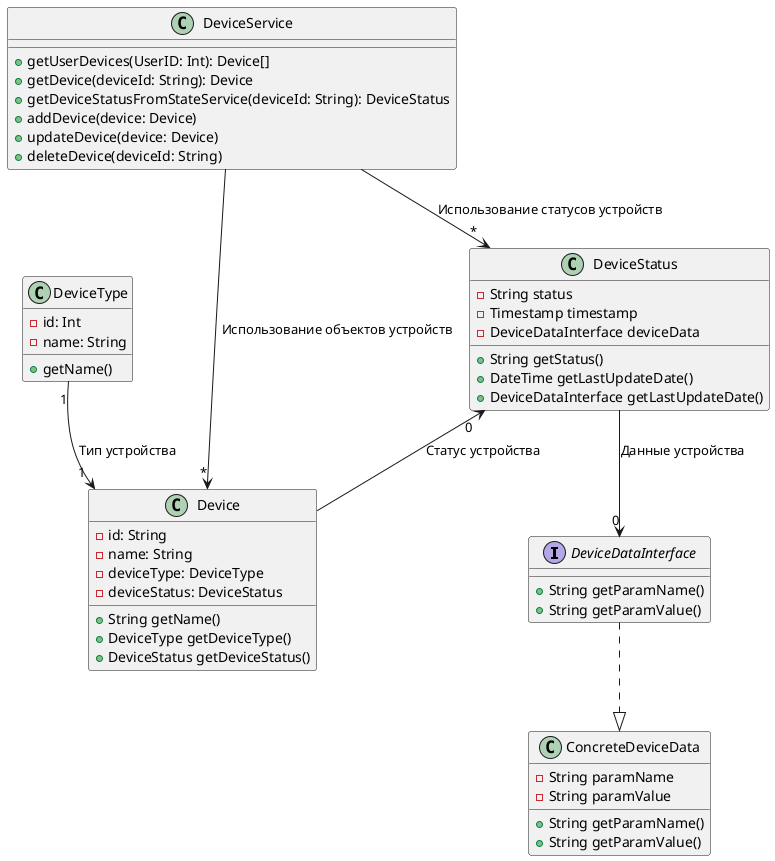
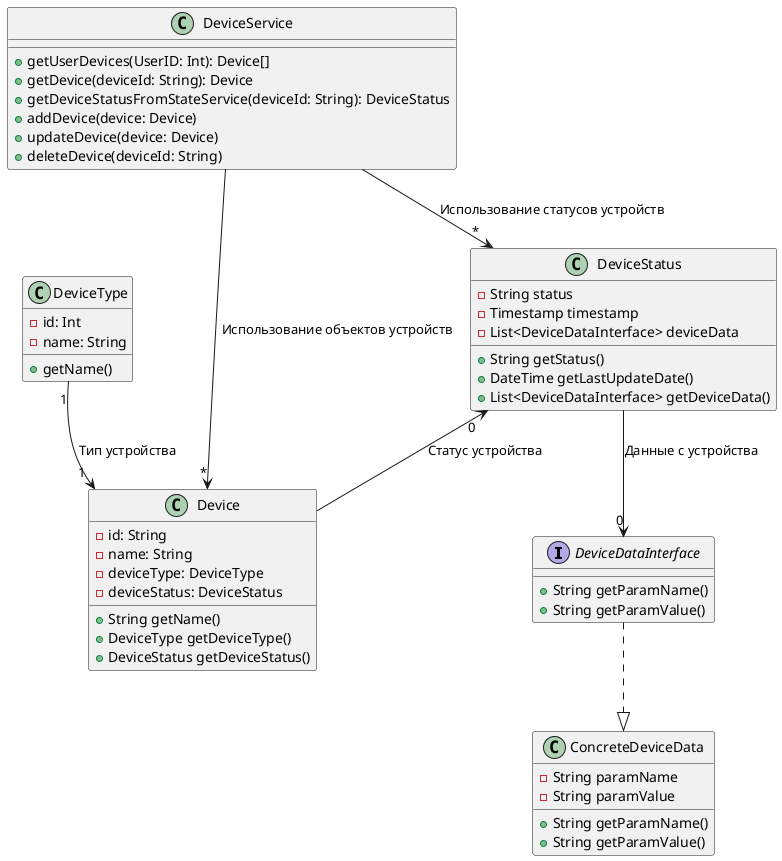
@startuml

interface DeviceDataInterface {
    + String getParamName()
    + String getParamValue()
}
class ConcreteDeviceData {
    - String paramName
    - String paramValue
    + String getParamName()
    + String getParamValue()
}
class DeviceType {
    - id: Int
    - name: String
    + getName()
}
class Device {
    - id: String
    - name: String
    - deviceType: DeviceType
    - deviceStatus: DeviceStatus
    + String getName()
    + DeviceType getDeviceType()
    + DeviceStatus getDeviceStatus()
}

class DeviceStatus {
    - String status
    - Timestamp timestamp
-     - DeviceDataInterface deviceData
+     - List<DeviceDataInterface> deviceData
    + String getStatus()
    + DateTime getLastUpdateDate()
-     + DeviceDataInterface getLastUpdateDate()
+     + List<DeviceDataInterface> getDeviceData()
}
class DeviceService {
    + getUserDevices(UserID: Int): Device[]
    + getDevice(deviceId: String): Device
    + getDeviceStatusFromStateService(deviceId: String): DeviceStatus
    + addDevice(device: Device)
    + updateDevice(device: Device)
    + deleteDevice(deviceId: String)
}
DeviceDataInterface  ..|>  ConcreteDeviceData
DeviceType "1" --> "1" Device : Тип устройства
DeviceStatus "0" <--  Device : Статус устройства
- DeviceStatus  --> "0" DeviceDataInterface : Данные устройства
+ DeviceStatus  --> "0" DeviceDataInterface : Данные c устройства
DeviceService  --> "*" Device : Использование объектов устройств
DeviceService  --> "*" DeviceStatus : Использование статусов устройств


@enduml